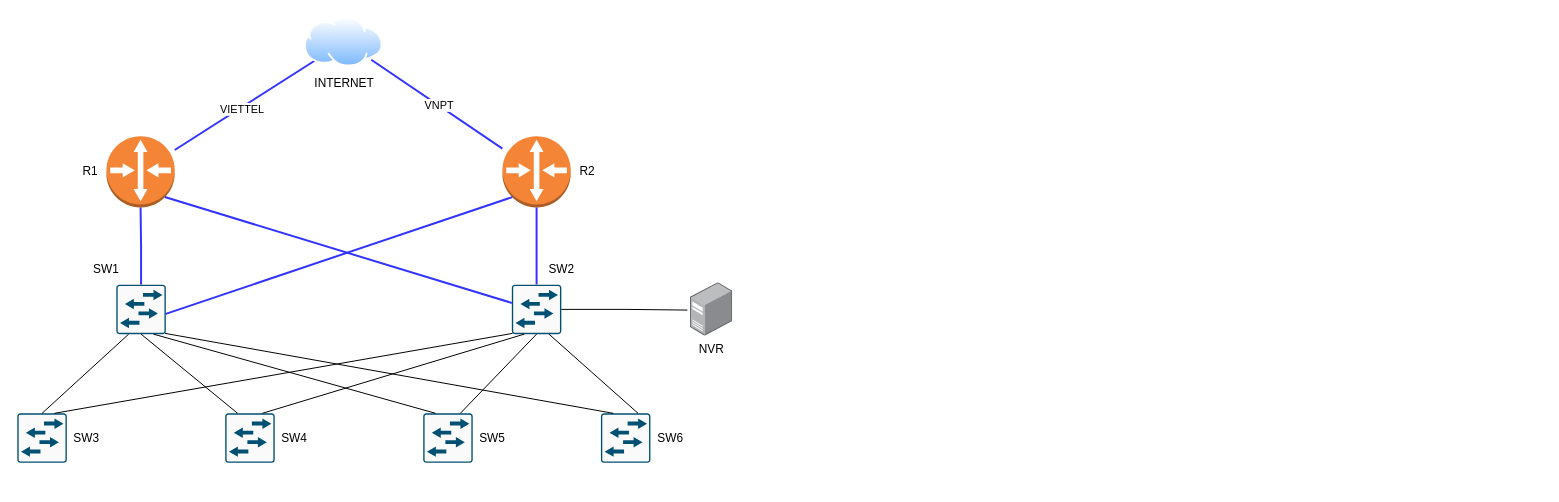
Earlier version of the draw.io diagram Untitled Diagram.drawio (Minh-Hung3009/nguyenminhhung). Source tidied: cells renumbered, new cells numbered last; positions are measured from the earlier drawing's top-left corner, leaving out a move shared by most shapes. Both pictures are drawn from the tidied source at 99%, with x=0, y=0 at pixel (17, 17).
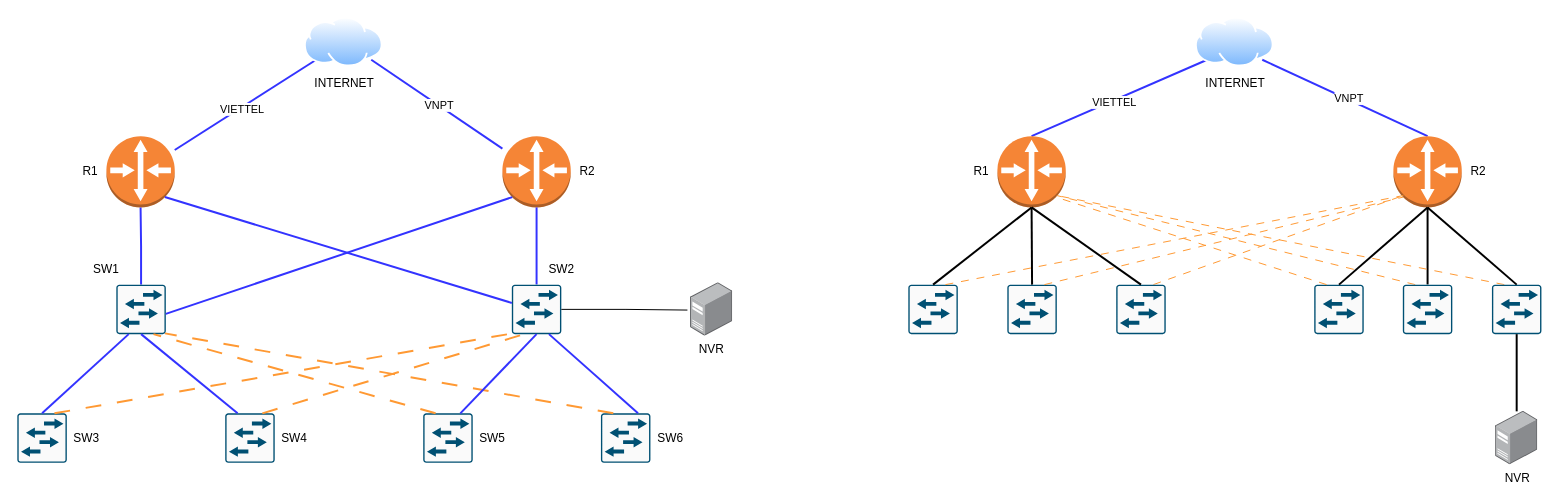
After the change.

Unchanged cells that the change refers to:
```xml
<mxCell id="10" style="sketch=0;points=[[0.015,0.015,0],[0.985,0.015,0],[0.985,0.985,0],[0.015,0.985,0],[0.25,0,0],[0.5,0,0],[0.75,0,0],[1,0.25,0],[1,0.5,0],[1,0.75,0],[0.75,1,0],[0.5,1,0],[0.25,1,0],[0,0.75,0],[0,0.5,0],[0,0.25,0]];verticalLabelPosition=bottom;html=1;verticalAlign=top;align=center;shape=mxgraph.cisco19.rect;prIcon=l2_switch;fillColor=#FAFAFA;strokeColor=#005073;" parent="1" vertex="1">
  <mxGeometry x="100" y="270" width="50" height="50" as="geometry" />
</mxCell>
<mxCell id="12" style="sketch=0;points=[[0.015,0.015,0],[0.985,0.015,0],[0.985,0.985,0],[0.015,0.985,0],[0.25,0,0],[0.5,0,0],[0.75,0,0],[1,0.25,0],[1,0.5,0],[1,0.75,0],[0.75,1,0],[0.5,1,0],[0.25,1,0],[0,0.75,0],[0,0.5,0],[0,0.25,0]];verticalLabelPosition=bottom;html=1;verticalAlign=top;align=center;shape=mxgraph.cisco19.rect;prIcon=l2_switch;fillColor=#FAFAFA;strokeColor=#005073;" parent="1" vertex="1">
  <mxGeometry x="499.5" y="270" width="50" height="50" as="geometry" />
</mxCell>
<mxCell id="13" style="sketch=0;points=[[0.015,0.015,0],[0.985,0.015,0],[0.985,0.985,0],[0.015,0.985,0],[0.25,0,0],[0.5,0,0],[0.75,0,0],[1,0.25,0],[1,0.5,0],[1,0.75,0],[0.75,1,0],[0.5,1,0],[0.25,1,0],[0,0.75,0],[0,0.5,0],[0,0.25,0]];verticalLabelPosition=bottom;html=1;verticalAlign=top;align=center;shape=mxgraph.cisco19.rect;prIcon=l2_switch;fillColor=#FAFAFA;strokeColor=#005073;" parent="1" vertex="1">
  <mxGeometry x="410" y="400" width="50" height="50" as="geometry" />
</mxCell>
<mxCell id="14" style="sketch=0;points=[[0.015,0.015,0],[0.985,0.015,0],[0.985,0.985,0],[0.015,0.985,0],[0.25,0,0],[0.5,0,0],[0.75,0,0],[1,0.25,0],[1,0.5,0],[1,0.75,0],[0.75,1,0],[0.5,1,0],[0.25,1,0],[0,0.75,0],[0,0.5,0],[0,0.25,0]];verticalLabelPosition=bottom;html=1;verticalAlign=top;align=center;shape=mxgraph.cisco19.rect;prIcon=l2_switch;fillColor=#FAFAFA;strokeColor=#005073;" parent="1" vertex="1">
  <mxGeometry y="400" width="50" height="50" as="geometry" />
</mxCell>
<mxCell id="15" style="sketch=0;points=[[0.015,0.015,0],[0.985,0.015,0],[0.985,0.985,0],[0.015,0.985,0],[0.25,0,0],[0.5,0,0],[0.75,0,0],[1,0.25,0],[1,0.5,0],[1,0.75,0],[0.75,1,0],[0.5,1,0],[0.25,1,0],[0,0.75,0],[0,0.5,0],[0,0.25,0]];verticalLabelPosition=bottom;html=1;verticalAlign=top;align=center;shape=mxgraph.cisco19.rect;prIcon=l2_switch;fillColor=#FAFAFA;strokeColor=#005073;" parent="1" vertex="1">
  <mxGeometry x="589.5" y="400" width="50" height="50" as="geometry" />
</mxCell>
<mxCell id="16" style="sketch=0;points=[[0.015,0.015,0],[0.985,0.015,0],[0.985,0.985,0],[0.015,0.985,0],[0.25,0,0],[0.5,0,0],[0.75,0,0],[1,0.25,0],[1,0.5,0],[1,0.75,0],[0.75,1,0],[0.5,1,0],[0.25,1,0],[0,0.75,0],[0,0.5,0],[0,0.25,0]];verticalLabelPosition=bottom;html=1;verticalAlign=top;align=center;shape=mxgraph.cisco19.rect;prIcon=l2_switch;fillColor=#FAFAFA;strokeColor=#005073;" parent="1" vertex="1">
  <mxGeometry x="210" y="400" width="50" height="50" as="geometry" />
</mxCell>
```

What changed in the source:
```diff
@@
-    <mxCell id="19" style="rounded=0;jettySize=auto;html=1;exitX=0.5;exitY=0;exitDx=0;exitDy=0;exitPerimeter=0;entryX=0.25;entryY=1;entryDx=0;entryDy=0;entryPerimeter=0;endArrow=none;endFill=0;" parent="1" edge="1" source="14" target="10">
+    <mxCell id="19" style="rounded=0;jettySize=auto;html=1;exitX=0.5;exitY=0;exitDx=0;exitDy=0;exitPerimeter=0;entryX=0.25;entryY=1;entryDx=0;entryDy=0;entryPerimeter=0;endArrow=none;endFill=0;strokeColor=#3333FF;strokeWidth=2;align=center;verticalAlign=middle;fontFamily=Helvetica;fontSize=11;fontColor=default;labelBackgroundColor=default;fillColor=#dae8fc;" parent="1" edge="1" source="14" target="10">
       <mxGeometry relative="1" as="geometry" />
     </mxCell>
-    <mxCell id="20" style="rounded=0;jettySize=auto;html=1;exitX=0.25;exitY=0;exitDx=0;exitDy=0;exitPerimeter=0;entryX=0.5;entryY=1;entryDx=0;entryDy=0;entryPerimeter=0;endArrow=none;endFill=0;" parent="1" edge="1" source="16" target="10">
+    <mxCell id="20" style="rounded=0;jettySize=auto;html=1;exitX=0.25;exitY=0;exitDx=0;exitDy=0;exitPerimeter=0;entryX=0.5;entryY=1;entryDx=0;entryDy=0;entryPerimeter=0;endArrow=none;endFill=0;strokeColor=#3333FF;strokeWidth=2;align=center;verticalAlign=middle;fontFamily=Helvetica;fontSize=11;fontColor=default;labelBackgroundColor=default;fillColor=#dae8fc;" parent="1" edge="1" source="16" target="10">
       <mxGeometry relative="1" as="geometry" />
     </mxCell>
-    <mxCell id="21" style="rounded=0;jettySize=auto;html=1;exitX=0.25;exitY=0;exitDx=0;exitDy=0;exitPerimeter=0;entryX=0.75;entryY=1;entryDx=0;entryDy=0;entryPerimeter=0;endArrow=none;endFill=0;" parent="1" edge="1" source="13" target="10">
+    <mxCell id="21" style="rounded=0;jettySize=auto;html=1;exitX=0.25;exitY=0;exitDx=0;exitDy=0;exitPerimeter=0;entryX=0.75;entryY=1;entryDx=0;entryDy=0;entryPerimeter=0;endArrow=none;endFill=0;dashed=1;dashPattern=8 8;strokeColor=#FF9933;strokeWidth=2;align=center;verticalAlign=middle;fontFamily=Helvetica;fontSize=11;fontColor=default;labelBackgroundColor=default;fillColor=#fff2cc;" parent="1" edge="1" source="13" target="10">
       <mxGeometry relative="1" as="geometry" />
     </mxCell>
-    <mxCell id="22" style="rounded=0;jettySize=auto;html=1;exitX=0.25;exitY=0;exitDx=0;exitDy=0;exitPerimeter=0;entryX=0.985;entryY=0.985;entryDx=0;entryDy=0;entryPerimeter=0;endArrow=none;endFill=0;" parent="1" edge="1" source="15" target="10">
+    <mxCell id="22" style="rounded=0;jettySize=auto;html=1;exitX=0.25;exitY=0;exitDx=0;exitDy=0;exitPerimeter=0;entryX=0.985;entryY=0.985;entryDx=0;entryDy=0;entryPerimeter=0;endArrow=none;endFill=0;dashed=1;dashPattern=8 8;strokeColor=#FF9933;strokeWidth=2;align=center;verticalAlign=middle;fontFamily=Helvetica;fontSize=11;fontColor=default;labelBackgroundColor=default;fillColor=#fff2cc;" parent="1" edge="1" source="15" target="10">
       <mxGeometry relative="1" as="geometry" />
     </mxCell>
-    <mxCell id="23" style="rounded=0;jettySize=auto;html=1;exitX=0.75;exitY=0;exitDx=0;exitDy=0;exitPerimeter=0;entryX=0.75;entryY=1;entryDx=0;entryDy=0;entryPerimeter=0;endArrow=none;endFill=0;" parent="1" edge="1" source="15" target="12">
+    <mxCell id="23" style="rounded=0;jettySize=auto;html=1;exitX=0.75;exitY=0;exitDx=0;exitDy=0;exitPerimeter=0;entryX=0.75;entryY=1;entryDx=0;entryDy=0;entryPerimeter=0;endArrow=none;endFill=0;strokeColor=#3333FF;strokeWidth=2;align=center;verticalAlign=middle;fontFamily=Helvetica;fontSize=11;fontColor=default;labelBackgroundColor=default;fillColor=#dae8fc;" parent="1" edge="1" source="15" target="12">
       <mxGeometry relative="1" as="geometry" />
     </mxCell>
-    <mxCell id="24" style="rounded=0;jettySize=auto;html=1;exitX=0.75;exitY=0;exitDx=0;exitDy=0;exitPerimeter=0;entryX=0.5;entryY=1;entryDx=0;entryDy=0;entryPerimeter=0;endArrow=none;endFill=0;" parent="1" edge="1" source="13" target="12">
+    <mxCell id="24" style="rounded=0;jettySize=auto;html=1;exitX=0.75;exitY=0;exitDx=0;exitDy=0;exitPerimeter=0;entryX=0.5;entryY=1;entryDx=0;entryDy=0;entryPerimeter=0;endArrow=none;endFill=0;strokeColor=#3333FF;strokeWidth=2;align=center;verticalAlign=middle;fontFamily=Helvetica;fontSize=11;fontColor=default;labelBackgroundColor=default;fillColor=#dae8fc;" parent="1" edge="1" source="13" target="12">
       <mxGeometry relative="1" as="geometry" />
     </mxCell>
-    <mxCell id="25" style="rounded=0;jettySize=auto;html=1;exitX=0.75;exitY=0;exitDx=0;exitDy=0;exitPerimeter=0;entryX=0.25;entryY=1;entryDx=0;entryDy=0;entryPerimeter=0;endArrow=none;endFill=0;" parent="1" edge="1" source="16" target="12">
+    <mxCell id="25" style="rounded=0;jettySize=auto;html=1;exitX=0.75;exitY=0;exitDx=0;exitDy=0;exitPerimeter=0;entryX=0.25;entryY=1;entryDx=0;entryDy=0;entryPerimeter=0;endArrow=none;endFill=0;strokeWidth=2;dashed=1;dashPattern=8 8;fillColor=#fff2cc;strokeColor=#FF9933;" parent="1" edge="1" source="16" target="12">
       <mxGeometry relative="1" as="geometry" />
     </mxCell>
-    <mxCell id="26" style="rounded=0;jettySize=auto;html=1;exitX=0.75;exitY=0;exitDx=0;exitDy=0;exitPerimeter=0;entryX=0.015;entryY=0.985;entryDx=0;entryDy=0;entryPerimeter=0;endArrow=none;endFill=0;" parent="1" edge="1" source="14" target="12">
+    <mxCell id="26" style="rounded=0;jettySize=auto;html=1;exitX=0.75;exitY=0;exitDx=0;exitDy=0;exitPerimeter=0;entryX=0.015;entryY=0.985;entryDx=0;entryDy=0;entryPerimeter=0;endArrow=none;endFill=0;strokeColor=#FF9933;strokeWidth=2;align=center;verticalAlign=middle;fontFamily=Helvetica;fontSize=11;fontColor=default;labelBackgroundColor=default;fillColor=#fff2cc;dashed=1;dashPattern=8 8;" parent="1" edge="1" source="14" target="12">
       <mxGeometry relative="1" as="geometry" />
     </mxCell>
@@
+    <mxCell id="37" style="rounded=0;jettySize=auto;html=1;endArrow=none;endFill=0;entryX=0;entryY=1;entryDx=0;entryDy=0;strokeColor=#3333FF;strokeWidth=2;exitX=0.5;exitY=0;exitDx=0;exitDy=0;exitPerimeter=0;" parent="1" edge="1" source="39" target="43">
+      <mxGeometry relative="1" as="geometry" />
+    </mxCell>
+    <mxCell id="38" value="VIETTEL" style="edgeLabel;html=1;align=center;verticalAlign=middle;" parent="37" vertex="1">
+      <mxGeometry x="-0.07" y="-1" relative="1" as="geometry" />
+    </mxCell>
+    <mxCell id="39" style="outlineConnect=0;dashed=0;verticalLabelPosition=bottom;verticalAlign=top;align=center;html=1;shape=mxgraph.aws3.router;fillColor=#F58536;gradientColor=none;" parent="1" vertex="1">
+      <mxGeometry x="990" y="120" width="69" height="72" as="geometry" />
+    </mxCell>
+    <mxCell id="40" style="rounded=0;jettySize=auto;html=1;endArrow=none;endFill=0;entryX=1;entryY=1;entryDx=0;entryDy=0;strokeColor=#3333FF;strokeWidth=2;exitX=0.5;exitY=0;exitDx=0;exitDy=0;exitPerimeter=0;" parent="1" edge="1" source="42" target="43">
+      <mxGeometry relative="1" as="geometry" />
+    </mxCell>
+    <mxCell id="41" value="VNPT" style="edgeLabel;html=1;align=center;verticalAlign=middle;" parent="40" vertex="1">
+      <mxGeometry x="-0.03" y="-1" relative="1" as="geometry" />
+    </mxCell>
+    <mxCell id="42" style="outlineConnect=0;dashed=0;verticalLabelPosition=bottom;verticalAlign=top;align=center;html=1;shape=mxgraph.aws3.router;fillColor=#F58536;gradientColor=none;" parent="1" vertex="1">
+      <mxGeometry x="1390" y="120" width="69" height="72" as="geometry" />
+    </mxCell>
+    <mxCell id="43" value="INTERNET" style="image;perimeter=ellipsePerimeter;html=1;align=center;shadow=0;dashed=0;spacingTop=3;image=img/lib/active_directory/internet_cloud.svg;" parent="1" vertex="1">
+      <mxGeometry x="1190" width="79.4" height="50" as="geometry" />
+    </mxCell>
+    <mxCell id="44" style="sketch=0;points=[[0.015,0.015,0],[0.985,0.015,0],[0.985,0.985,0],[0.015,0.985,0],[0.25,0,0],[0.5,0,0],[0.75,0,0],[1,0.25,0],[1,0.5,0],[1,0.75,0],[0.75,1,0],[0.5,1,0],[0.25,1,0],[0,0.75,0],[0,0.5,0],[0,0.25,0]];verticalLabelPosition=bottom;html=1;verticalAlign=top;align=center;shape=mxgraph.cisco19.rect;prIcon=l2_switch;fillColor=#FAFAFA;strokeColor=#005073;" parent="1" vertex="1">
+      <mxGeometry x="1000" y="270" width="50" height="50" as="geometry" />
+    </mxCell>
+    <mxCell id="45" style="rounded=0;jettySize=auto;html=1;exitX=0.5;exitY=0;exitDx=0;exitDy=0;exitPerimeter=0;strokeWidth=2;endArrow=none;endFill=0;" parent="1" edge="1" source="47" target="42">
+      <mxGeometry relative="1" as="geometry" />
+    </mxCell>
+    <mxCell id="46" style="rounded=0;jettySize=auto;html=1;exitX=0.25;exitY=0;exitDx=0;exitDy=0;exitPerimeter=0;strokeWidth=1;endArrow=none;endFill=0;dashed=1;dashPattern=8 8;strokeColor=#FF9933;" parent="1" edge="1" source="47">
+      <mxGeometry relative="1" as="geometry">
+        <mxPoint x="1050" y="180" as="targetPoint" />
+      </mxGeometry>
+    </mxCell>
+    <mxCell id="47" style="sketch=0;points=[[0.015,0.015,0],[0.985,0.015,0],[0.985,0.985,0],[0.015,0.985,0],[0.25,0,0],[0.5,0,0],[0.75,0,0],[1,0.25,0],[1,0.5,0],[1,0.75,0],[0.75,1,0],[0.5,1,0],[0.25,1,0],[0,0.75,0],[0,0.5,0],[0,0.25,0]];verticalLabelPosition=bottom;html=1;verticalAlign=top;align=center;shape=mxgraph.cisco19.rect;prIcon=l2_switch;fillColor=#FAFAFA;strokeColor=#005073;" parent="1" vertex="1">
+      <mxGeometry x="1399.5" y="270" width="50" height="50" as="geometry" />
+    </mxCell>
+    <mxCell id="48" style="sketch=0;points=[[0.015,0.015,0],[0.985,0.015,0],[0.985,0.985,0],[0.015,0.985,0],[0.25,0,0],[0.5,0,0],[0.75,0,0],[1,0.25,0],[1,0.5,0],[1,0.75,0],[0.75,1,0],[0.5,1,0],[0.25,1,0],[0,0.75,0],[0,0.5,0],[0,0.25,0]];verticalLabelPosition=bottom;html=1;verticalAlign=top;align=center;shape=mxgraph.cisco19.rect;prIcon=l2_switch;fillColor=#FAFAFA;strokeColor=#005073;" parent="1" vertex="1">
+      <mxGeometry x="1310" y="270" width="50" height="50" as="geometry" />
+    </mxCell>
+    <mxCell id="49" style="sketch=0;points=[[0.015,0.015,0],[0.985,0.015,0],[0.985,0.985,0],[0.015,0.985,0],[0.25,0,0],[0.5,0,0],[0.75,0,0],[1,0.25,0],[1,0.5,0],[1,0.75,0],[0.75,1,0],[0.5,1,0],[0.25,1,0],[0,0.75,0],[0,0.5,0],[0,0.25,0]];verticalLabelPosition=bottom;html=1;verticalAlign=top;align=center;shape=mxgraph.cisco19.rect;prIcon=l2_switch;fillColor=#FAFAFA;strokeColor=#005073;" parent="1" vertex="1">
+      <mxGeometry x="900" y="270" width="50" height="50" as="geometry" />
+    </mxCell>
+    <mxCell id="50" style="rounded=0;jettySize=auto;html=1;exitX=0.25;exitY=0;exitDx=0;exitDy=0;exitPerimeter=0;strokeWidth=1;endArrow=none;endFill=0;dashed=1;dashPattern=8 8;strokeColor=#FF9933;" parent="1" edge="1" source="51">
+      <mxGeometry relative="1" as="geometry">
+        <mxPoint x="1050" y="180" as="targetPoint" />
+      </mxGeometry>
+    </mxCell>
+    <mxCell id="51" style="sketch=0;points=[[0.015,0.015,0],[0.985,0.015,0],[0.985,0.985,0],[0.015,0.985,0],[0.25,0,0],[0.5,0,0],[0.75,0,0],[1,0.25,0],[1,0.5,0],[1,0.75,0],[0.75,1,0],[0.5,1,0],[0.25,1,0],[0,0.75,0],[0,0.5,0],[0,0.25,0]];verticalLabelPosition=bottom;html=1;verticalAlign=top;align=center;shape=mxgraph.cisco19.rect;prIcon=l2_switch;fillColor=#FAFAFA;strokeColor=#005073;" parent="1" vertex="1">
+      <mxGeometry x="1489.5" y="270" width="50" height="50" as="geometry" />
+    </mxCell>
+    <mxCell id="52" style="rounded=0;jettySize=auto;html=1;exitX=0.75;exitY=0;exitDx=0;exitDy=0;exitPerimeter=0;strokeWidth=1;endArrow=none;endFill=0;dashed=1;dashPattern=8 8;strokeColor=#FF9933;" parent="1" edge="1" source="53">
+      <mxGeometry relative="1" as="geometry">
+        <mxPoint x="1400" y="180" as="targetPoint" />
+      </mxGeometry>
+    </mxCell>
+    <mxCell id="53" style="sketch=0;points=[[0.015,0.015,0],[0.985,0.015,0],[0.985,0.985,0],[0.015,0.985,0],[0.25,0,0],[0.5,0,0],[0.75,0,0],[1,0.25,0],[1,0.5,0],[1,0.75,0],[0.75,1,0],[0.5,1,0],[0.25,1,0],[0,0.75,0],[0,0.5,0],[0,0.25,0]];verticalLabelPosition=bottom;html=1;verticalAlign=top;align=center;shape=mxgraph.cisco19.rect;prIcon=l2_switch;fillColor=#FAFAFA;strokeColor=#005073;" parent="1" vertex="1">
+      <mxGeometry x="1110" y="270" width="50" height="50" as="geometry" />
+    </mxCell>
+    <mxCell id="54" style="edgeStyle=orthogonalEdgeStyle;rounded=0;jettySize=auto;html=1;strokeColor=default;strokeWidth=2;align=center;verticalAlign=middle;fontFamily=Helvetica;fontSize=11;fontColor=default;labelBackgroundColor=default;endArrow=none;endFill=0;" parent="1" edge="1" source="55" target="51">
+      <mxGeometry relative="1" as="geometry" />
+    </mxCell>
+    <mxCell id="55" value="NVR" style="image;points=[];html=1;align=center;shadow=0;dashed=0;image=img/lib/allied_telesis/computer_and_terminals/Server_Desktop.svg;" parent="1" vertex="1">
+      <mxGeometry x="1493.2" y="398" width="42.6" height="54" as="geometry" />
+    </mxCell>
+    <mxCell id="56" value="R1" style="text;html=1;whiteSpace=wrap;strokeColor=none;fillColor=none;align=center;verticalAlign=middle;rounded=0;" parent="1" vertex="1">
+      <mxGeometry x="944" y="141" width="60" height="30" as="geometry" />
+    </mxCell>
+    <mxCell id="57" value="R2" style="text;html=1;whiteSpace=wrap;strokeColor=none;fillColor=none;align=center;verticalAlign=middle;rounded=0;" parent="1" vertex="1">
+      <mxGeometry x="1446" y="141" width="60" height="30" as="geometry" />
+    </mxCell>
+    <mxCell id="58" style="rounded=0;jettySize=auto;html=1;exitX=0.5;exitY=0;exitDx=0;exitDy=0;exitPerimeter=0;entryX=0.5;entryY=1;entryDx=0;entryDy=0;entryPerimeter=0;strokeWidth=2;endArrow=none;endFill=0;" parent="1" edge="1" source="49" target="39">
+      <mxGeometry relative="1" as="geometry" />
+    </mxCell>
+    <mxCell id="59" style="rounded=0;jettySize=auto;html=1;exitX=0.5;exitY=0;exitDx=0;exitDy=0;exitPerimeter=0;entryX=0.5;entryY=1;entryDx=0;entryDy=0;entryPerimeter=0;strokeWidth=2;endArrow=none;endFill=0;" parent="1" edge="1" source="44" target="39">
+      <mxGeometry relative="1" as="geometry" />
+    </mxCell>
+    <mxCell id="60" style="rounded=0;jettySize=auto;html=1;exitX=0.5;exitY=0;exitDx=0;exitDy=0;exitPerimeter=0;strokeWidth=2;endArrow=none;endFill=0;entryX=0.5;entryY=1;entryDx=0;entryDy=0;entryPerimeter=0;" parent="1" edge="1" source="53" target="39">
+      <mxGeometry relative="1" as="geometry" />
+    </mxCell>
+    <mxCell id="61" style="rounded=0;jettySize=auto;html=1;exitX=0.5;exitY=0;exitDx=0;exitDy=0;exitPerimeter=0;entryX=0.5;entryY=1;entryDx=0;entryDy=0;entryPerimeter=0;strokeWidth=2;endArrow=none;endFill=0;" parent="1" edge="1" source="48" target="42">
+      <mxGeometry relative="1" as="geometry" />
+    </mxCell>
+    <mxCell id="62" style="rounded=0;jettySize=auto;html=1;exitX=0.5;exitY=0;exitDx=0;exitDy=0;exitPerimeter=0;strokeWidth=2;endArrow=none;endFill=0;entryX=0.5;entryY=1;entryDx=0;entryDy=0;entryPerimeter=0;" parent="1" edge="1" source="51" target="42">
+      <mxGeometry relative="1" as="geometry" />
+    </mxCell>
+    <mxCell id="63" style="rounded=0;jettySize=auto;html=1;exitX=0.75;exitY=0;exitDx=0;exitDy=0;exitPerimeter=0;strokeWidth=1;endArrow=none;endFill=0;dashed=1;dashPattern=8 8;strokeColor=#FF9933;" parent="1" edge="1" source="49">
+      <mxGeometry relative="1" as="geometry">
+        <mxPoint x="1400" y="180" as="targetPoint" />
+      </mxGeometry>
+    </mxCell>
+    <mxCell id="64" style="rounded=0;jettySize=auto;html=1;exitX=0.75;exitY=0;exitDx=0;exitDy=0;exitPerimeter=0;entryX=0.145;entryY=0.855;entryDx=0;entryDy=0;entryPerimeter=0;strokeWidth=1;endArrow=none;endFill=0;dashed=1;dashPattern=8 8;strokeColor=#FF9933;" parent="1" edge="1" source="44" target="42">
+      <mxGeometry relative="1" as="geometry" />
+    </mxCell>
+    <mxCell id="65" style="rounded=0;jettySize=auto;html=1;exitX=0.25;exitY=0;exitDx=0;exitDy=0;exitPerimeter=0;entryX=0.855;entryY=0.855;entryDx=0;entryDy=0;entryPerimeter=0;strokeWidth=1;endArrow=none;endFill=0;dashed=1;dashPattern=8 8;strokeColor=#FF9933;" parent="1" edge="1" source="48" target="39">
+      <mxGeometry relative="1" as="geometry" />
+    </mxCell>
```
